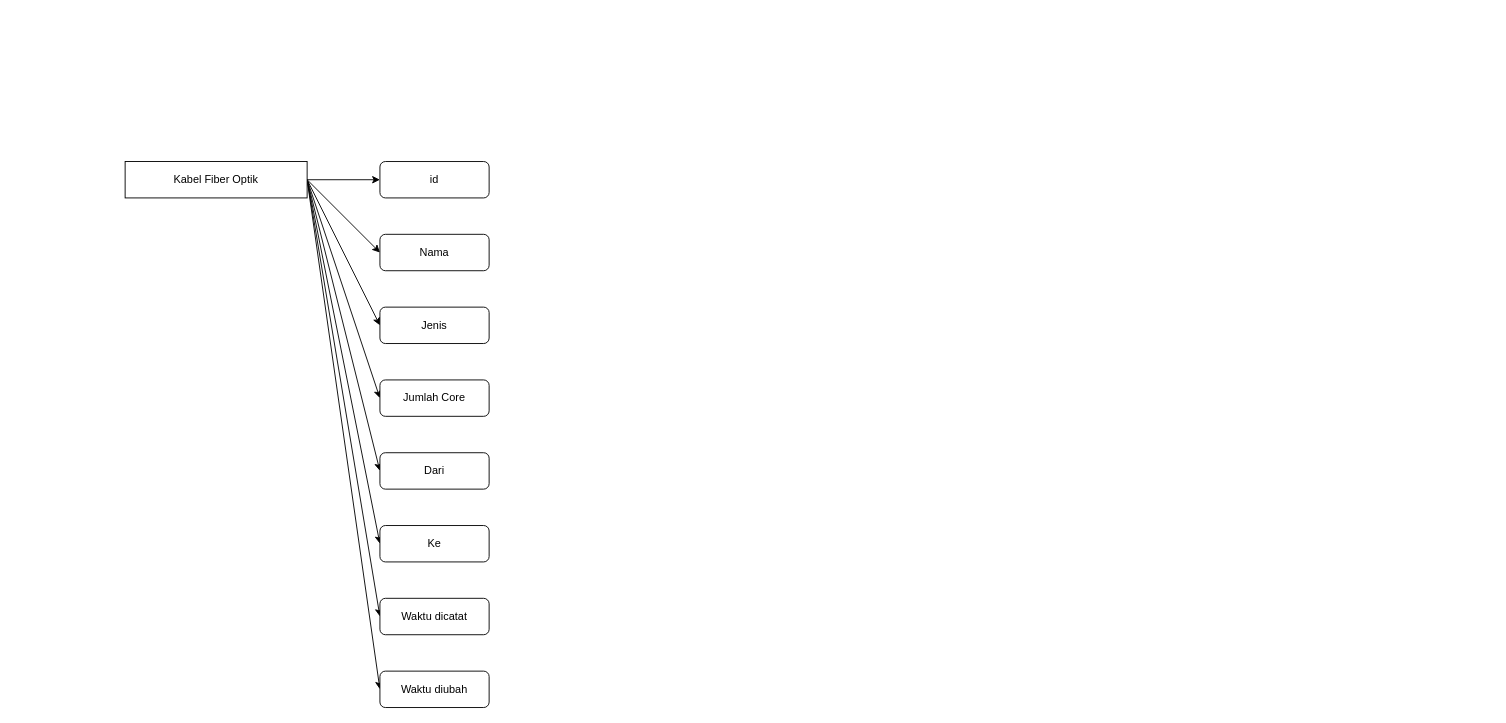
Earlier version of the draw.io diagram page "Database Kabel FO" (4 of 7) of diagram.drawio (anan474/kerja_praktek_2020). Source tidied: cells renumbered, new cells numbered last; positions are measured from the earlier drawing's top-left corner, leaving out a move shared by most shapes. Both pictures are drawn from the tidied source at 91%, with x=0, y=0 at pixel (125, 161).
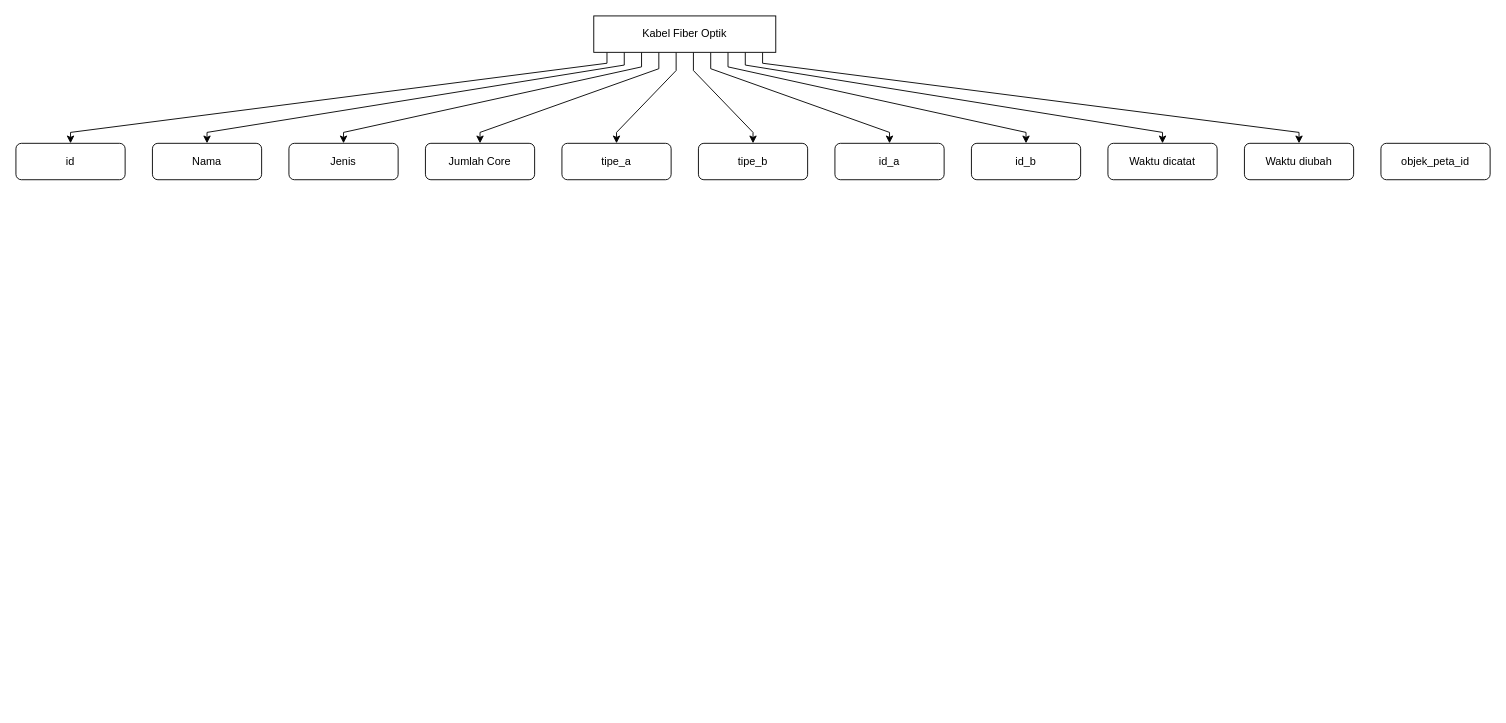
Above is the later version.

What changed in the source:
```diff
@@
-    <mxCell id="2" style="edgeStyle=orthogonalEdgeStyle;rounded=0;jettySize=auto;html=1;exitX=1;exitY=0.5;exitDx=0;exitDy=0;entryX=0;entryY=0.5;entryDx=0;entryDy=0;" parent="1" edge="1" source="10" target="12">
-      <mxGeometry relative="1" as="geometry" />
+    <mxCell id="2" style="edgeStyle=orthogonalEdgeStyle;rounded=0;jettySize=auto;html=1;exitDx=0;exitDy=0;entryDx=0;entryDy=0;noEdgeStyle=1;orthogonal=1;" parent="1" edge="1" source="10" target="12">
+      <mxGeometry relative="1" as="geometry">
+        <Array as="points">
+          <mxPoint x="529.5" y="-108" />
+          <mxPoint x="-60" y="-32" />
+        </Array>
+      </mxGeometry>
     </mxCell>
-    <mxCell id="3" style="edgeStyle=none;rounded=0;jettySize=auto;html=1;entryX=0;entryY=0.5;entryDx=0;entryDy=0;exitX=1;exitY=0.5;exitDx=0;exitDy=0;" parent="1" edge="1" source="10" target="11">
-      <mxGeometry relative="1" as="geometry" />
+    <mxCell id="3" style="edgeStyle=orthogonalEdgeStyle;rounded=0;jettySize=auto;html=1;entryDx=0;entryDy=0;exitDx=0;exitDy=0;noEdgeStyle=1;orthogonal=1;" parent="1" edge="1" source="10" target="11">
+      <mxGeometry relative="1" as="geometry">
+        <Array as="points">
+          <mxPoint x="548.5" y="-106" />
+          <mxPoint x="90" y="-32" />
+        </Array>
+      </mxGeometry>
     </mxCell>
-    <mxCell id="4" style="edgeStyle=none;rounded=0;jettySize=auto;html=1;exitX=1;exitY=0.5;exitDx=0;exitDy=0;entryX=0;entryY=0.5;entryDx=0;entryDy=0;" parent="1" edge="1" source="10" target="13">
-      <mxGeometry relative="1" as="geometry" />
+    <mxCell id="4" style="edgeStyle=orthogonalEdgeStyle;rounded=0;jettySize=auto;html=1;exitDx=0;exitDy=0;entryDx=0;entryDy=0;noEdgeStyle=1;orthogonal=1;" parent="1" edge="1" source="10" target="13">
+      <mxGeometry relative="1" as="geometry">
+        <Array as="points">
+          <mxPoint x="567.5" y="-104" />
+          <mxPoint x="240" y="-32" />
+        </Array>
+      </mxGeometry>
     </mxCell>
-    <mxCell id="5" style="edgeStyle=none;rounded=0;jettySize=auto;html=1;exitX=1;exitY=0.5;exitDx=0;exitDy=0;entryX=0;entryY=0.5;entryDx=0;entryDy=0;" parent="1" edge="1" source="10" target="14">
-      <mxGeometry relative="1" as="geometry" />
+    <mxCell id="5" style="edgeStyle=orthogonalEdgeStyle;rounded=0;jettySize=auto;html=1;exitDx=0;exitDy=0;entryDx=0;entryDy=0;noEdgeStyle=1;orthogonal=1;" parent="1" edge="1" source="10" target="14">
+      <mxGeometry relative="1" as="geometry">
+        <Array as="points">
+          <mxPoint x="586.5" y="-102" />
+          <mxPoint x="390" y="-32" />
+        </Array>
+      </mxGeometry>
     </mxCell>
-    <mxCell id="6" style="edgeStyle=none;rounded=0;jettySize=auto;html=1;exitX=1;exitY=0.5;exitDx=0;exitDy=0;entryX=0;entryY=0.5;entryDx=0;entryDy=0;" parent="1" edge="1" source="10" target="15">
-      <mxGeometry relative="1" as="geometry" />
+    <mxCell id="6" style="edgeStyle=orthogonalEdgeStyle;rounded=0;jettySize=auto;html=1;exitDx=0;exitDy=0;entryDx=0;entryDy=0;noEdgeStyle=1;orthogonal=1;" parent="1" edge="1" source="10" target="15">
+      <mxGeometry relative="1" as="geometry">
+        <Array as="points">
+          <mxPoint x="605.5" y="-100" />
+          <mxPoint x="540" y="-32" />
+        </Array>
+      </mxGeometry>
     </mxCell>
-    <mxCell id="7" style="edgeStyle=none;rounded=0;jettySize=auto;html=1;exitX=1;exitY=0.5;exitDx=0;exitDy=0;entryX=0;entryY=0.5;entryDx=0;entryDy=0;" parent="1" edge="1" source="10" target="16">
-      <mxGeometry relative="1" as="geometry" />
+    <mxCell id="7" style="edgeStyle=orthogonalEdgeStyle;rounded=0;jettySize=auto;html=1;exitDx=0;exitDy=0;entryDx=0;entryDy=0;noEdgeStyle=1;orthogonal=1;" parent="1" edge="1" source="10" target="16">
+      <mxGeometry relative="1" as="geometry">
+        <Array as="points">
+          <mxPoint x="624.5" y="-100" />
+          <mxPoint x="690" y="-32" />
+        </Array>
+      </mxGeometry>
     </mxCell>
+    <mxCell id="19" style="edgeStyle=orthogonalEdgeStyle;rounded=0;jettySize=auto;html=1;exitDx=0;exitDy=0;orthogonal=1;noEdgeStyle=1;" parent="1" edge="1" source="10" target="21">
+      <mxGeometry relative="1" as="geometry">
+        <Array as="points">
+          <mxPoint x="643.5" y="-102" />
+          <mxPoint x="840" y="-32" />
+        </Array>
+      </mxGeometry>
+    </mxCell>
+    <mxCell id="20" style="edgeStyle=orthogonalEdgeStyle;rounded=0;jettySize=auto;html=1;exitDx=0;exitDy=0;entryDx=0;entryDy=0;orthogonal=1;noEdgeStyle=1;" parent="1" edge="1" source="10" target="22">
+      <mxGeometry relative="1" as="geometry">
+        <Array as="points">
+          <mxPoint x="662.5" y="-104" />
+          <mxPoint x="990" y="-32" />
+        </Array>
+      </mxGeometry>
+    </mxCell>
-    <mxCell id="8" style="edgeStyle=none;rounded=0;jettySize=auto;html=1;exitX=1;exitY=0.5;exitDx=0;exitDy=0;entryX=0;entryY=0.5;entryDx=0;entryDy=0;" parent="1" edge="1" source="10" target="17">
-      <mxGeometry relative="1" as="geometry" />
+    <mxCell id="8" style="edgeStyle=orthogonalEdgeStyle;rounded=0;jettySize=auto;html=1;exitDx=0;exitDy=0;noEdgeStyle=1;orthogonal=1;" parent="1" edge="1" source="10" target="17">
+      <mxGeometry relative="1" as="geometry">
+        <Array as="points">
+          <mxPoint x="681.5" y="-106" />
+          <mxPoint x="1140" y="-32" />
+        </Array>
+      </mxGeometry>
     </mxCell>
-    <mxCell id="9" style="edgeStyle=none;rounded=0;jettySize=auto;html=1;exitX=1;exitY=0.5;exitDx=0;exitDy=0;entryX=0;entryY=0.5;entryDx=0;entryDy=0;" parent="1" edge="1" source="10" target="18">
-      <mxGeometry relative="1" as="geometry" />
+    <mxCell id="9" style="edgeStyle=orthogonalEdgeStyle;rounded=0;jettySize=auto;html=1;exitDx=0;exitDy=0;entryDx=0;entryDy=0;noEdgeStyle=1;orthogonal=1;" parent="1" edge="1" source="10" target="18">
+      <mxGeometry relative="1" as="geometry">
+        <Array as="points">
+          <mxPoint x="700.5" y="-108" />
+          <mxPoint x="1290" y="-32" />
+        </Array>
+      </mxGeometry>
     </mxCell>
     <mxCell id="10" value="Kabel Fiber Optik" style="rounded=0;whiteSpace=wrap;html=1;" parent="1" vertex="1">
-      <mxGeometry width="200" height="40" as="geometry" />
+      <mxGeometry x="515" y="-160" width="200" height="40" as="geometry" />
     </mxCell>
     <mxCell id="11" value="Nama" style="rounded=1;whiteSpace=wrap;html=1;" parent="1" vertex="1">
-      <mxGeometry x="280" y="80" width="120" height="40" as="geometry" />
+      <mxGeometry x="30" y="-20" width="120" height="40" as="geometry" />
     </mxCell>
     <mxCell id="12" value="id" style="rounded=1;whiteSpace=wrap;html=1;" parent="1" vertex="1">
-      <mxGeometry x="280" width="120" height="40" as="geometry" />
+      <mxGeometry x="-120" y="-20" width="120" height="40" as="geometry" />
     </mxCell>
     <mxCell id="13" value="Jenis" style="rounded=1;whiteSpace=wrap;html=1;" parent="1" vertex="1">
-      <mxGeometry x="280" y="160" width="120" height="40" as="geometry" />
+      <mxGeometry x="180" y="-20" width="120" height="40" as="geometry" />
     </mxCell>
     <mxCell id="14" value="Jumlah Core" style="rounded=1;whiteSpace=wrap;html=1;" parent="1" vertex="1">
-      <mxGeometry x="280" y="240" width="120" height="40" as="geometry" />
+      <mxGeometry x="330" y="-20" width="120" height="40" as="geometry" />
     </mxCell>
-    <mxCell id="15" value="Dari" style="rounded=1;whiteSpace=wrap;html=1;" parent="1" vertex="1">
-      <mxGeometry x="280" y="320" width="120" height="40" as="geometry" />
+    <mxCell id="15" value="tipe_a" style="rounded=1;whiteSpace=wrap;html=1;" parent="1" vertex="1">
+      <mxGeometry x="480" y="-20" width="120" height="40" as="geometry" />
     </mxCell>
-    <mxCell id="16" value="Ke" style="rounded=1;whiteSpace=wrap;html=1;" parent="1" vertex="1">
-      <mxGeometry x="280" y="400" width="120" height="40" as="geometry" />
+    <mxCell id="16" value="tipe_b" style="rounded=1;whiteSpace=wrap;html=1;" parent="1" vertex="1">
+      <mxGeometry x="630" y="-20" width="120" height="40" as="geometry" />
     </mxCell>
+    <mxCell id="21" value="id_a" style="rounded=1;whiteSpace=wrap;html=1;" parent="1" vertex="1">
+      <mxGeometry x="780" y="-20" width="120" height="40" as="geometry" />
+    </mxCell>
+    <mxCell id="22" value="id_b" style="rounded=1;whiteSpace=wrap;html=1;" parent="1" vertex="1">
+      <mxGeometry x="930" y="-20" width="120" height="40" as="geometry" />
+    </mxCell>
     <mxCell id="17" value="Waktu dicatat" style="rounded=1;whiteSpace=wrap;html=1;" parent="1" vertex="1">
-      <mxGeometry x="280" y="480" width="120" height="40" as="geometry" />
+      <mxGeometry x="1080" y="-20" width="120" height="40" as="geometry" />
     </mxCell>
     <mxCell id="18" value="Waktu diubah" style="rounded=1;whiteSpace=wrap;html=1;" parent="1" vertex="1">
-      <mxGeometry x="280" y="560" width="120" height="40" as="geometry" />
+      <mxGeometry x="1230" y="-20" width="120" height="40" as="geometry" />
     </mxCell>
+    <mxCell id="23" value="objek_peta_id" style="rounded=1;whiteSpace=wrap;html=1;" parent="1" vertex="1">
+      <mxGeometry x="1380" y="-20" width="120" height="40" as="geometry" />
+    </mxCell>
```
